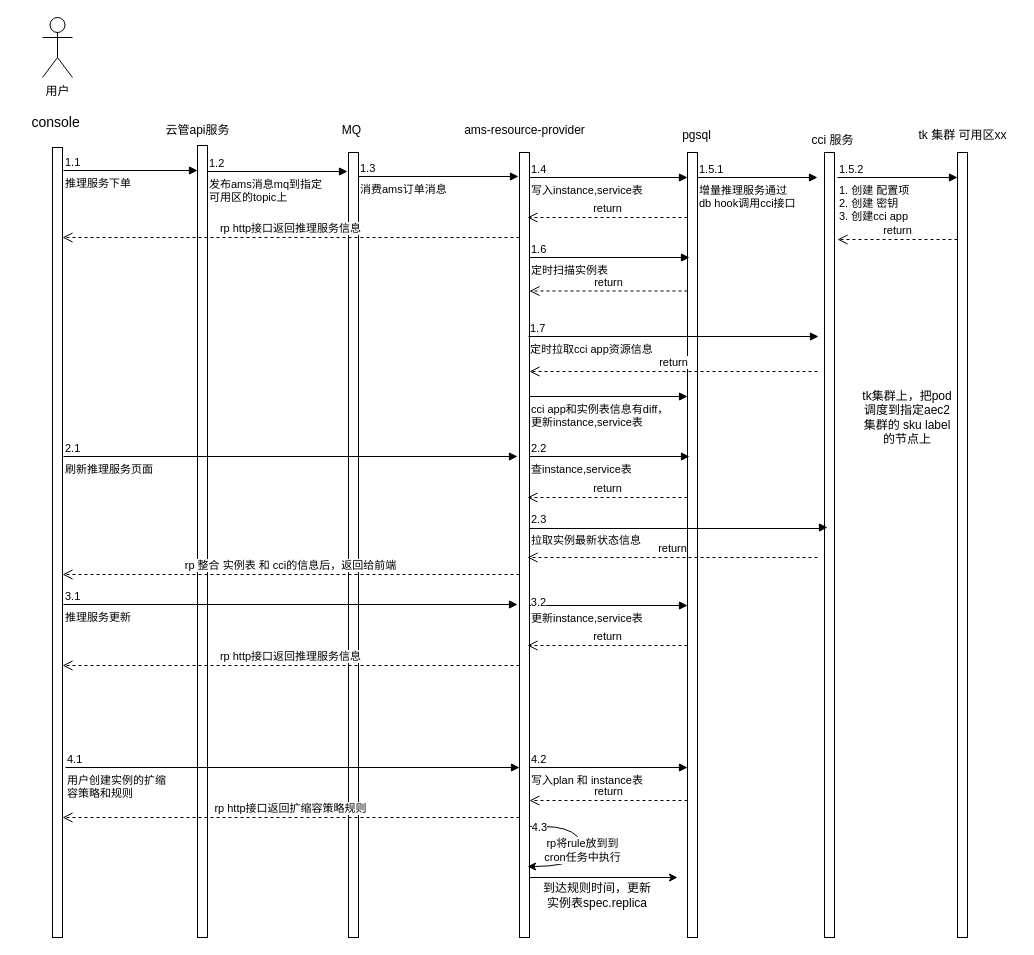
Earlier version of the draw.io diagram 未命名绘图.drawio (wangshujuan/PostImage). Source tidied: cells renumbered, new cells numbered last; positions are measured from the earlier drawing's top-left corner, leaving out a move shared by most shapes. Both pictures are drawn from the tidied source at 100%, with x=0, y=0 at pixel (17, 17).
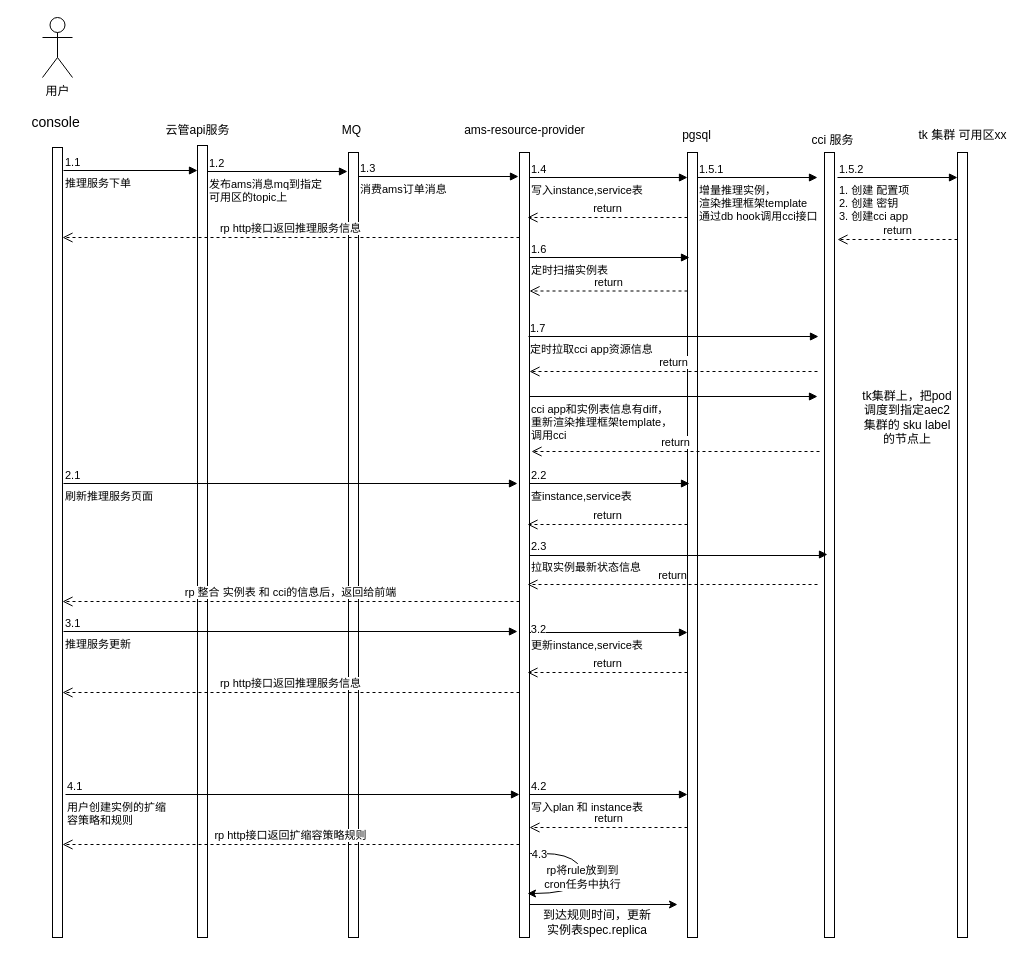
Above is the later version.

Commit message:
更新未命名绘图.drawio

What changed in the source:
```diff
@@
     <mxCell id="15" value="查instance,service表" style="endArrow=block;endFill=1;html=1;edgeStyle=orthogonalEdgeStyle;align=left;verticalAlign=top;rounded=0;" parent="1" edge="1">
       <mxGeometry x="-1" relative="1" as="geometry">
-        <mxPoint x="512" y="439" as="sourcePoint" />
-        <mxPoint x="672" y="439" as="targetPoint" />
+        <mxPoint x="512" y="466" as="sourcePoint" />
+        <mxPoint x="672" y="466" as="targetPoint" />
       </mxGeometry>
     </mxCell>
@@
-    <mxCell id="24" value="增量推理服务通过&lt;br&gt;db hook调用cci接口" style="endArrow=block;endFill=1;html=1;edgeStyle=orthogonalEdgeStyle;align=left;verticalAlign=top;rounded=0;" parent="1" edge="1">
+    <mxCell id="24" value="增量推理实例，&lt;br&gt;渲染推理框架template&lt;br&gt;通过db hook调用cci接口" style="endArrow=block;endFill=1;html=1;edgeStyle=orthogonalEdgeStyle;align=left;verticalAlign=top;rounded=0;" parent="1" edge="1">
       <mxGeometry x="-1" relative="1" as="geometry">
         <mxPoint x="680" y="160" as="sourcePoint" />
         <mxPoint x="800" y="160" as="targetPoint" />
       </mxGeometry>
     </mxCell>
@@
-    <mxCell id="34" value="cci app和实例表信息有diff，&lt;br&gt;更新instance,service表" style="endArrow=block;endFill=1;html=1;edgeStyle=orthogonalEdgeStyle;align=left;verticalAlign=top;rounded=0;" parent="1" edge="1">
+    <mxCell id="34" value="cci app和实例表信息有diff，&lt;br&gt;重新渲染推理框架template，&lt;br&gt;调用cci" style="endArrow=block;endFill=1;html=1;edgeStyle=orthogonalEdgeStyle;align=left;verticalAlign=top;rounded=0;" parent="1" edge="1">
       <mxGeometry x="-1" relative="1" as="geometry">
         <mxPoint x="512" y="379" as="sourcePoint" />
-        <mxPoint x="670" y="379" as="targetPoint" />
+        <mxPoint x="800" y="379" as="targetPoint" />
       </mxGeometry>
     </mxCell>
     <mxCell id="35" value="刷新推理服务页面" style="endArrow=block;endFill=1;html=1;edgeStyle=orthogonalEdgeStyle;align=left;verticalAlign=top;rounded=0;" parent="1" edge="1">
       <mxGeometry x="-1" relative="1" as="geometry">
-        <mxPoint x="46" y="439" as="sourcePoint" />
-        <mxPoint x="500" y="439" as="targetPoint" />
+        <mxPoint x="46" y="466" as="sourcePoint" />
+        <mxPoint x="500" y="466" as="targetPoint" />
       </mxGeometry>
     </mxCell>
@@
     <mxCell id="37" value="rp 整合 实例表 和 cci的信息后，返回给前端" style="html=1;verticalAlign=bottom;endArrow=open;dashed=1;endSize=8;curved=0;rounded=0;" parent="1" edge="1">
       <mxGeometry relative="1" as="geometry">
-        <mxPoint x="502" y="557" as="sourcePoint" />
-        <mxPoint x="45" y="557" as="targetPoint" />
+        <mxPoint x="502" y="584" as="sourcePoint" />
+        <mxPoint x="45" y="584" as="targetPoint" />
       </mxGeometry>
     </mxCell>
@@
     <mxCell id="40" value="推理服务更新" style="endArrow=block;endFill=1;html=1;edgeStyle=orthogonalEdgeStyle;align=left;verticalAlign=top;rounded=0;" parent="1" edge="1">
       <mxGeometry x="-1" relative="1" as="geometry">
-        <mxPoint x="46" y="587" as="sourcePoint" />
-        <mxPoint x="500" y="587" as="targetPoint" />
+        <mxPoint x="46" y="614" as="sourcePoint" />
+        <mxPoint x="500" y="614" as="targetPoint" />
       </mxGeometry>
     </mxCell>
@@
     <mxCell id="45" value="更新instance,service表" style="endArrow=block;endFill=1;html=1;edgeStyle=orthogonalEdgeStyle;align=left;verticalAlign=top;rounded=0;" parent="1" edge="1">
       <mxGeometry x="-1" relative="1" as="geometry">
-        <mxPoint x="512" y="588" as="sourcePoint" />
-        <mxPoint x="670" y="588" as="targetPoint" />
+        <mxPoint x="512" y="615" as="sourcePoint" />
+        <mxPoint x="670" y="615" as="targetPoint" />
       </mxGeometry>
     </mxCell>
@@
     <mxCell id="48" value="return" style="html=1;verticalAlign=bottom;endArrow=open;dashed=1;endSize=8;curved=0;rounded=0;" parent="1" edge="1">
       <mxGeometry relative="1" as="geometry">
-        <mxPoint x="670" y="480" as="sourcePoint" />
-        <mxPoint x="510" y="480" as="targetPoint" />
+        <mxPoint x="670" y="507" as="sourcePoint" />
+        <mxPoint x="510" y="507" as="targetPoint" />
       </mxGeometry>
     </mxCell>
     <mxCell id="49" value="rp http接口返回推理服务信息" style="html=1;verticalAlign=bottom;endArrow=open;dashed=1;endSize=8;curved=0;rounded=0;" parent="1" edge="1">
       <mxGeometry relative="1" as="geometry">
-        <mxPoint x="502" y="648" as="sourcePoint" />
-        <mxPoint x="45" y="648" as="targetPoint" />
+        <mxPoint x="502" y="675" as="sourcePoint" />
+        <mxPoint x="45" y="675" as="targetPoint" />
       </mxGeometry>
     </mxCell>
     <mxCell id="50" value="return" style="html=1;verticalAlign=bottom;endArrow=open;dashed=1;endSize=8;curved=0;rounded=0;exitX=0;exitY=0.903;exitDx=0;exitDy=0;exitPerimeter=0;" parent="1" edge="1">
       <mxGeometry relative="1" as="geometry">
-        <mxPoint x="670" y="628" as="sourcePoint" />
-        <mxPoint x="510" y="628" as="targetPoint" />
+        <mxPoint x="670" y="655" as="sourcePoint" />
+        <mxPoint x="510" y="655" as="targetPoint" />
       </mxGeometry>
     </mxCell>
     <mxCell id="51" value="拉取实例最新状态信息" style="endArrow=block;endFill=1;html=1;edgeStyle=orthogonalEdgeStyle;align=left;verticalAlign=top;rounded=0;" parent="1" edge="1">
       <mxGeometry x="-1" relative="1" as="geometry">
-        <mxPoint x="512" y="510" as="sourcePoint" />
-        <mxPoint x="810" y="510" as="targetPoint" />
+        <mxPoint x="512" y="537" as="sourcePoint" />
+        <mxPoint x="810" y="537" as="targetPoint" />
         <Array as="points">
-          <mxPoint x="512" y="511" />
-          <mxPoint x="802" y="511" />
-          <mxPoint x="802" y="510" />
+          <mxPoint x="512" y="538" />
+          <mxPoint x="802" y="538" />
+          <mxPoint x="802" y="537" />
         </Array>
       </mxGeometry>
     </mxCell>
@@
     <mxCell id="53" value="return" style="html=1;verticalAlign=bottom;endArrow=open;dashed=1;endSize=8;curved=0;rounded=0;" parent="1" edge="1">
       <mxGeometry relative="1" as="geometry">
-        <mxPoint x="800" y="540" as="sourcePoint" />
-        <mxPoint x="510" y="540" as="targetPoint" />
+        <mxPoint x="800" y="567" as="sourcePoint" />
+        <mxPoint x="510" y="567" as="targetPoint" />
       </mxGeometry>
     </mxCell>
@@
     <mxCell id="55" value="用户创建实例的扩缩&lt;br&gt;容策略和规则" style="endArrow=block;endFill=1;html=1;edgeStyle=orthogonalEdgeStyle;align=left;verticalAlign=top;rounded=0;" parent="1" edge="1">
       <mxGeometry x="-1" relative="1" as="geometry">
-        <mxPoint x="48" y="750" as="sourcePoint" />
-        <mxPoint x="502" y="750" as="targetPoint" />
+        <mxPoint x="48" y="777" as="sourcePoint" />
+        <mxPoint x="502" y="777" as="targetPoint" />
       </mxGeometry>
     </mxCell>
@@
     <mxCell id="57" value="写入plan 和 instance表" style="endArrow=block;endFill=1;html=1;edgeStyle=orthogonalEdgeStyle;align=left;verticalAlign=top;rounded=0;" parent="1" edge="1">
       <mxGeometry x="-1" relative="1" as="geometry">
-        <mxPoint x="512" y="750" as="sourcePoint" />
-        <mxPoint x="670" y="750" as="targetPoint" />
+        <mxPoint x="512" y="777" as="sourcePoint" />
+        <mxPoint x="670" y="777" as="targetPoint" />
       </mxGeometry>
     </mxCell>
@@
     <mxCell id="59" value="rp http接口返回扩缩容策略规则" style="html=1;verticalAlign=bottom;endArrow=open;dashed=1;endSize=8;curved=0;rounded=0;" parent="1" edge="1">
       <mxGeometry relative="1" as="geometry">
-        <mxPoint x="502" y="800" as="sourcePoint" />
-        <mxPoint x="45" y="800" as="targetPoint" />
+        <mxPoint x="502" y="827" as="sourcePoint" />
+        <mxPoint x="45" y="827" as="targetPoint" />
       </mxGeometry>
     </mxCell>
     <mxCell id="60" value="return" style="html=1;verticalAlign=bottom;endArrow=open;dashed=1;endSize=8;curved=0;rounded=0;" parent="1" edge="1">
       <mxGeometry relative="1" as="geometry">
-        <mxPoint x="670" y="783" as="sourcePoint" />
-        <mxPoint x="512" y="783" as="targetPoint" />
+        <mxPoint x="670" y="810" as="sourcePoint" />
+        <mxPoint x="512" y="810" as="targetPoint" />
       </mxGeometry>
     </mxCell>
     <mxCell id="61" style="curved=1;endArrow=classic;html=1;rounded=0;" parent="1" edge="1">
       <mxGeometry relative="1" as="geometry">
-        <mxPoint x="522" y="809" as="sourcePoint" />
-        <mxPoint x="510" y="849" as="targetPoint" />
+        <mxPoint x="522" y="836" as="sourcePoint" />
+        <mxPoint x="510" y="876" as="targetPoint" />
         <Array as="points">
-          <mxPoint x="502" y="809" />
-          <mxPoint x="550" y="809" />
-          <mxPoint x="570" y="829" />
-          <mxPoint x="550" y="849" />
+          <mxPoint x="502" y="836" />
+          <mxPoint x="550" y="836" />
+          <mxPoint x="570" y="856" />
+          <mxPoint x="550" y="876" />
         </Array>
       </mxGeometry>
     </mxCell>
@@
     <mxCell id="64" value="到达规则时间，更新实例表spec.replica" style="text;html=1;strokeColor=none;fillColor=none;align=center;verticalAlign=middle;whiteSpace=wrap;rounded=0;" parent="1" vertex="1">
-      <mxGeometry x="520" y="863" width="120" height="30" as="geometry" />
+      <mxGeometry x="520" y="890" width="120" height="30" as="geometry" />
     </mxCell>
     <mxCell id="65" style="endArrow=classic;html=1;rounded=0;" parent="1" edge="1">
       <mxGeometry relative="1" as="geometry">
-        <mxPoint x="512" y="860" as="sourcePoint" />
-        <mxPoint x="660" y="860" as="targetPoint" />
+        <mxPoint x="512" y="887" as="sourcePoint" />
+        <mxPoint x="660" y="887" as="targetPoint" />
       </mxGeometry>
     </mxCell>
+    <mxCell id="66" value="return" style="html=1;verticalAlign=bottom;endArrow=open;dashed=1;endSize=8;curved=0;rounded=0;" parent="1" edge="1">
+      <mxGeometry relative="1" as="geometry">
+        <mxPoint x="802" y="434" as="sourcePoint" />
+        <mxPoint x="514" y="434" as="targetPoint" />
+      </mxGeometry>
+    </mxCell>
```
